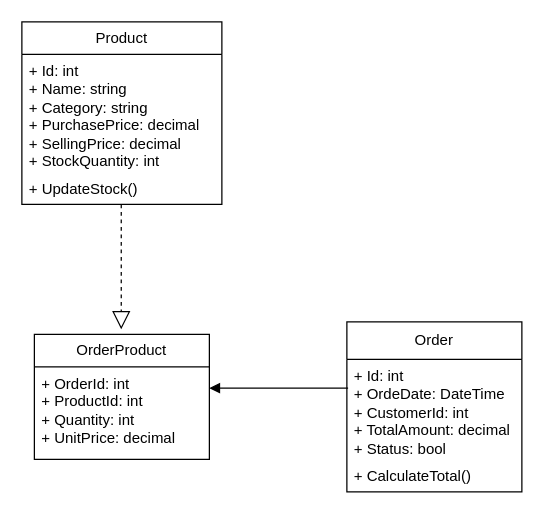
ayayyayas/diplom_diagramm keeps this draw.io diagram as Диаграмма классов.drawio. Above is the earlier version. Source tidied: cells renumbered, new cells numbered last; positions are measured from the earlier drawing's top-left corner, leaving out a move shared by most shapes. Both pictures are drawn from the tidied source at 125%, with x=0, y=0 at pixel (21, 21).
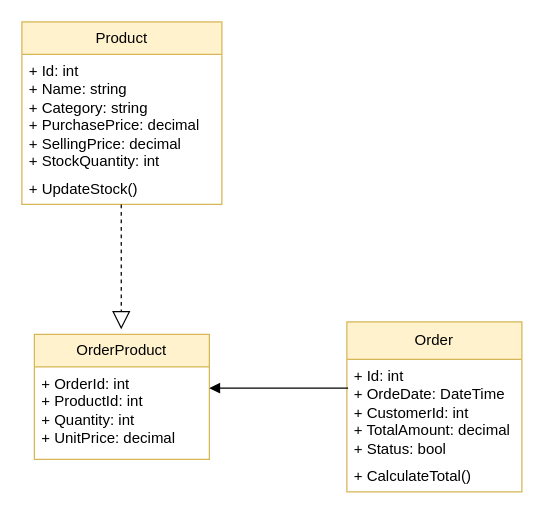
The same diagram, later.

Change to the diagram source:
```diff
@@
 <mxGraphModel>
   <root>
     <mxCell id="0" />
     <mxCell id="1" parent="0" />
-    <mxCell id="2" value="Product" style="swimlane;fontStyle=0;horizontal=1;startSize=26;fillColor=none;whiteSpace=wrap;html=1;" parent="1" vertex="1">
+    <mxCell id="2" value="Product" style="swimlane;fontStyle=0;horizontal=1;startSize=26;fillColor=#fff2cc;whiteSpace=wrap;html=1;strokeColor=#d6b656;" parent="1" vertex="1">
       <mxGeometry width="160" height="146" as="geometry" />
     </mxCell>
     <mxCell id="3" value="+ Id: int&lt;div&gt;+ Name: string&lt;/div&gt;&lt;div&gt;+ Category: string&lt;/div&gt;&lt;div&gt;+ PurchasePrice: decimal&lt;/div&gt;&lt;div&gt;+ SellingPrice: decimal&lt;br&gt;+ StockQuantity: int&lt;/div&gt;" style="text;strokeColor=none;fillColor=none;align=left;verticalAlign=top;spacingLeft=4;spacingRight=4;overflow=hidden;whiteSpace=wrap;html=1;" parent="2" vertex="1">
       <mxGeometry y="26" width="160" height="94" as="geometry" />
     </mxCell>
     <mxCell id="4" value="+ UpdateStock()" style="text;strokeColor=none;fillColor=none;align=left;verticalAlign=top;spacingLeft=4;spacingRight=4;overflow=hidden;whiteSpace=wrap;html=1;" parent="2" vertex="1">
       <mxGeometry y="120" width="160" height="26" as="geometry" />
     </mxCell>
-    <mxCell id="5" value="OrderProduct" style="swimlane;fontStyle=0;horizontal=1;startSize=26;fillColor=none;whiteSpace=wrap;html=1;" parent="1" vertex="1">
+    <mxCell id="5" value="OrderProduct" style="swimlane;fontStyle=0;horizontal=1;startSize=26;fillColor=#fff2cc;whiteSpace=wrap;html=1;strokeColor=#d6b656;" parent="1" vertex="1">
       <mxGeometry x="10" y="250" width="140" height="100" as="geometry" />
     </mxCell>
     <mxCell id="6" value="+ OrderId: int&lt;div&gt;+ ProductId: int&lt;/div&gt;&lt;div&gt;+ Quantity: int&lt;/div&gt;&lt;div&gt;+ UnitPrice: decimal&lt;br&gt;&lt;br&gt;&lt;/div&gt;" style="text;strokeColor=none;fillColor=none;align=left;verticalAlign=top;spacingLeft=4;spacingRight=4;overflow=hidden;points=[[0,0.5],[1,0.5]];portConstraint=eastwest;whiteSpace=wrap;html=1;" parent="5" vertex="1">
       <mxGeometry y="26" width="140" height="74" as="geometry" />
     </mxCell>
-    <mxCell id="7" value="Order" style="swimlane;fontStyle=0;horizontal=1;startSize=30;fillColor=none;whiteSpace=wrap;html=1;" parent="1" vertex="1">
+    <mxCell id="7" value="Order" style="swimlane;fontStyle=0;horizontal=1;startSize=30;fillColor=#fff2cc;whiteSpace=wrap;html=1;strokeColor=#d6b656;" parent="1" vertex="1">
       <mxGeometry x="260" y="240" width="140" height="136" as="geometry" />
     </mxCell>
     <mxCell id="8" value="+ Id: int&lt;div&gt;+ OrdeDate: DateTime&lt;/div&gt;&lt;div&gt;+ CustomerId: int&lt;/div&gt;&lt;div&gt;+ TotalAmount: decimal&lt;/div&gt;&lt;div&gt;+ Status: bool&lt;br&gt;&lt;br&gt;&lt;/div&gt;" style="text;strokeColor=none;fillColor=none;align=left;verticalAlign=top;spacingLeft=4;spacingRight=4;overflow=hidden;points=[[0,0.5],[1,0.5]];portConstraint=eastwest;whiteSpace=wrap;html=1;" parent="7" vertex="1">
       <mxGeometry y="30" width="140" height="80" as="geometry" />
     </mxCell>
     <mxCell id="9" value="+ CalculateTotal()" style="text;strokeColor=none;fillColor=none;align=left;verticalAlign=top;spacingLeft=4;spacingRight=4;overflow=hidden;whiteSpace=wrap;html=1;" parent="7" vertex="1">
       <mxGeometry y="110" width="140" height="26" as="geometry" />
     </mxCell>
     <mxCell id="10" style="endArrow=block;dashed=1;endFill=0;endSize=12;html=1;rounded=0;" parent="1" edge="1">
       <mxGeometry relative="1" as="geometry">
         <mxPoint x="79.5" y="146" as="sourcePoint" />
         <mxPoint x="79.5" y="246" as="targetPoint" />
       </mxGeometry>
     </mxCell>
     <mxCell id="11" style="endArrow=block;endFill=1;html=1;edgeStyle=orthogonalEdgeStyle;align=left;verticalAlign=top;rounded=0;exitX=0.007;exitY=0.288;exitDx=0;exitDy=0;exitPerimeter=0;entryX=1;entryY=0.23;entryDx=0;entryDy=0;entryPerimeter=0;" parent="1" edge="1" source="8" target="6">
       <mxGeometry x="-0.26" y="27" relative="1" as="geometry" />
     </mxCell>
   </root>
 </mxGraphModel>
```
